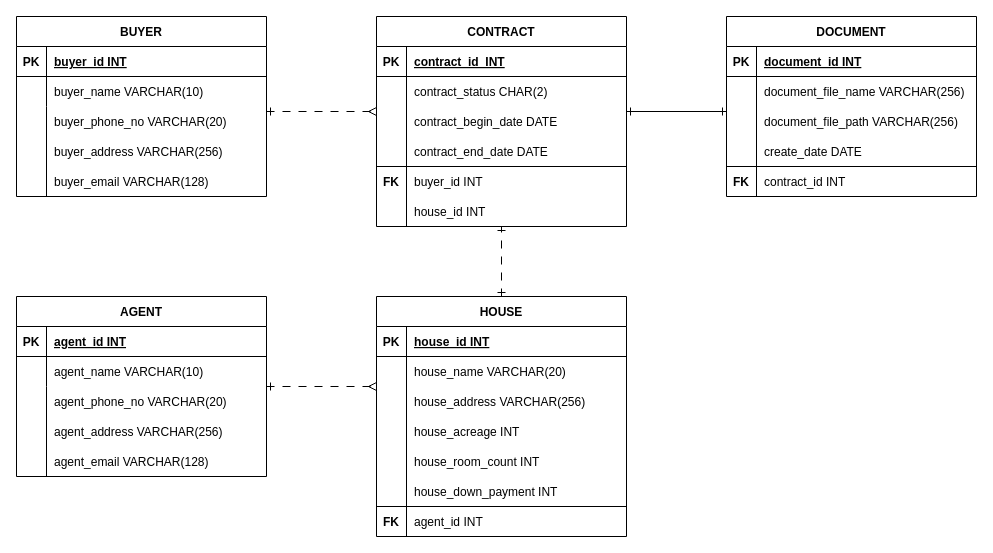
Earlier version of the draw.io diagram 제목 없는 다이어그램.drawio (lkis71/core). Source tidied: cells renumbered, new cells numbered last; positions are measured from the earlier drawing's top-left corner, leaving out a move shared by most shapes. Both pictures are drawn from the tidied source at 100%, with x=0, y=0 at pixel (16, 16).
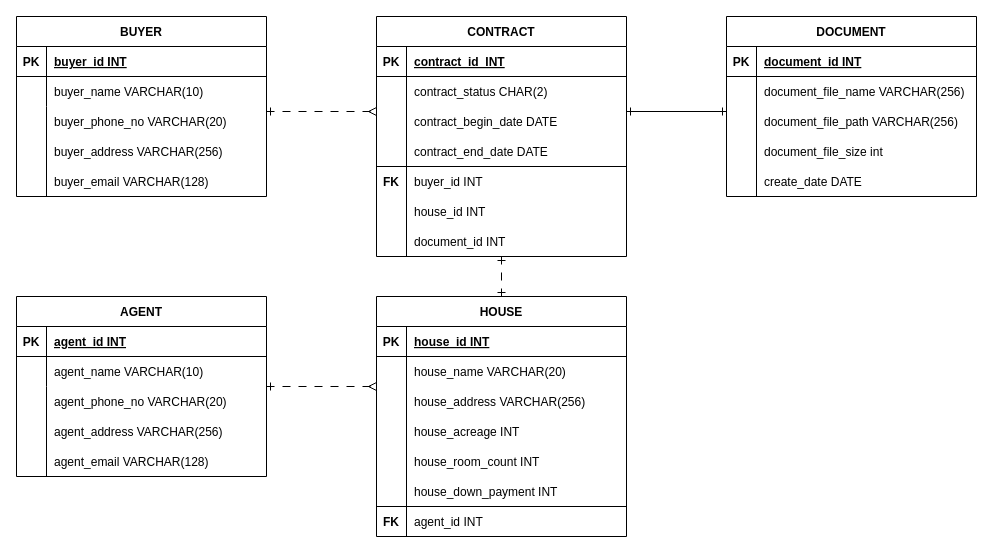
Above is the later version.

Commit message:
Contract 테이블 외래키 추가

What changed in the source:
```diff
@@
     <mxCell id="13" value="CONTRACT" style="shape=table;startSize=30;childLayout=tableLayout;rowLines=0;fontStyle=1;align=center;" parent="1" vertex="1">
-      <mxGeometry x="360" width="250" height="210" as="geometry" />
+      <mxGeometry x="360" width="250" height="240" as="geometry" />
     </mxCell>
@@
     <mxCell id="47" style="endArrow=none;html=1;rounded=0;" parent="1" edge="1">
       <mxGeometry relative="1" as="geometry">
-        <mxPoint x="390" y="210" as="sourcePoint" />
+        <mxPoint x="390" y="240" as="sourcePoint" />
         <mxPoint x="390" y="89" as="targetPoint" />
       </mxGeometry>
     </mxCell>
@@
     <mxCell id="64" value="create_date DATE" style="shape=partialRectangle;overflow=hidden;fillColor=none;top=0;left=0;bottom=0;right=0;align=left;spacingLeft=6;" parent="1" vertex="1">
-      <mxGeometry x="740" y="120" width="220" height="30" as="geometry" />
+      <mxGeometry x="740" y="150" width="220" height="30" as="geometry" />
     </mxCell>
-    <mxCell id="65" style="endArrow=none;html=1;rounded=0;" parent="1" edge="1">
-      <mxGeometry relative="1" as="geometry">
-        <mxPoint x="710" y="150" as="sourcePoint" />
-        <mxPoint x="960" y="150" as="targetPoint" />
-      </mxGeometry>
-    </mxCell>
-    <mxCell id="66" value="contract_id INT" style="shape=partialRectangle;overflow=hidden;fillColor=none;top=0;left=0;bottom=0;right=0;align=left;spacingLeft=6;" parent="1" vertex="1">
-      <mxGeometry x="740" y="150" width="220" height="30" as="geometry" />
+    <mxCell id="66" value="document_file_size int" style="shape=partialRectangle;overflow=hidden;fillColor=none;top=0;left=0;bottom=0;right=0;align=left;spacingLeft=6;" parent="1" vertex="1">
+      <mxGeometry x="740" y="120" width="220" height="30" as="geometry" />
     </mxCell>
-    <mxCell id="67" value="FK" style="shape=partialRectangle;overflow=hidden;fillColor=none;top=0;left=0;bottom=0;right=0;fontStyle=1;" parent="1" vertex="1">
-      <mxGeometry x="710" y="150" width="30" height="30" as="geometry" />
-    </mxCell>
@@
+    <mxCell id="70" value="document_id INT" style="shape=partialRectangle;overflow=hidden;fillColor=none;top=0;left=0;bottom=0;right=0;align=left;spacingLeft=6;" parent="1" vertex="1">
+      <mxGeometry x="390" y="210" width="220" height="30" as="geometry" />
+    </mxCell>
```
